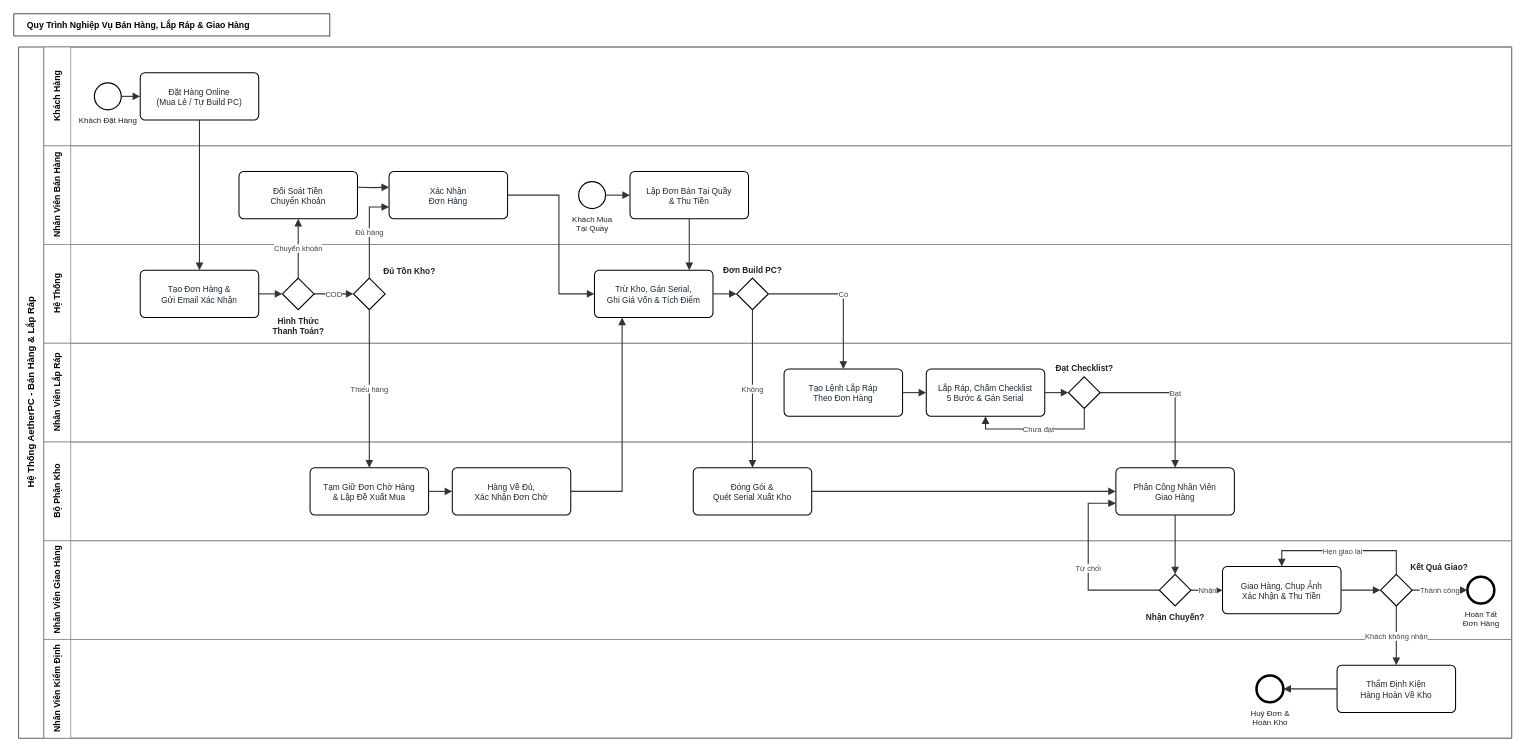
hoangmkid12/ERP_AetherPC keeps this draw.io diagram as docs/diagrams/bpmn/quy_trinh_ban_hang_lap_rap.drawio. Above is the earlier version. Source tidied: cells renumbered, new cells numbered last; positions are measured from the earlier drawing's top-left corner, leaving out a move shared by most shapes. Both pictures are drawn from the tidied source at 79%, with x=0, y=0 at pixel (13, 13).
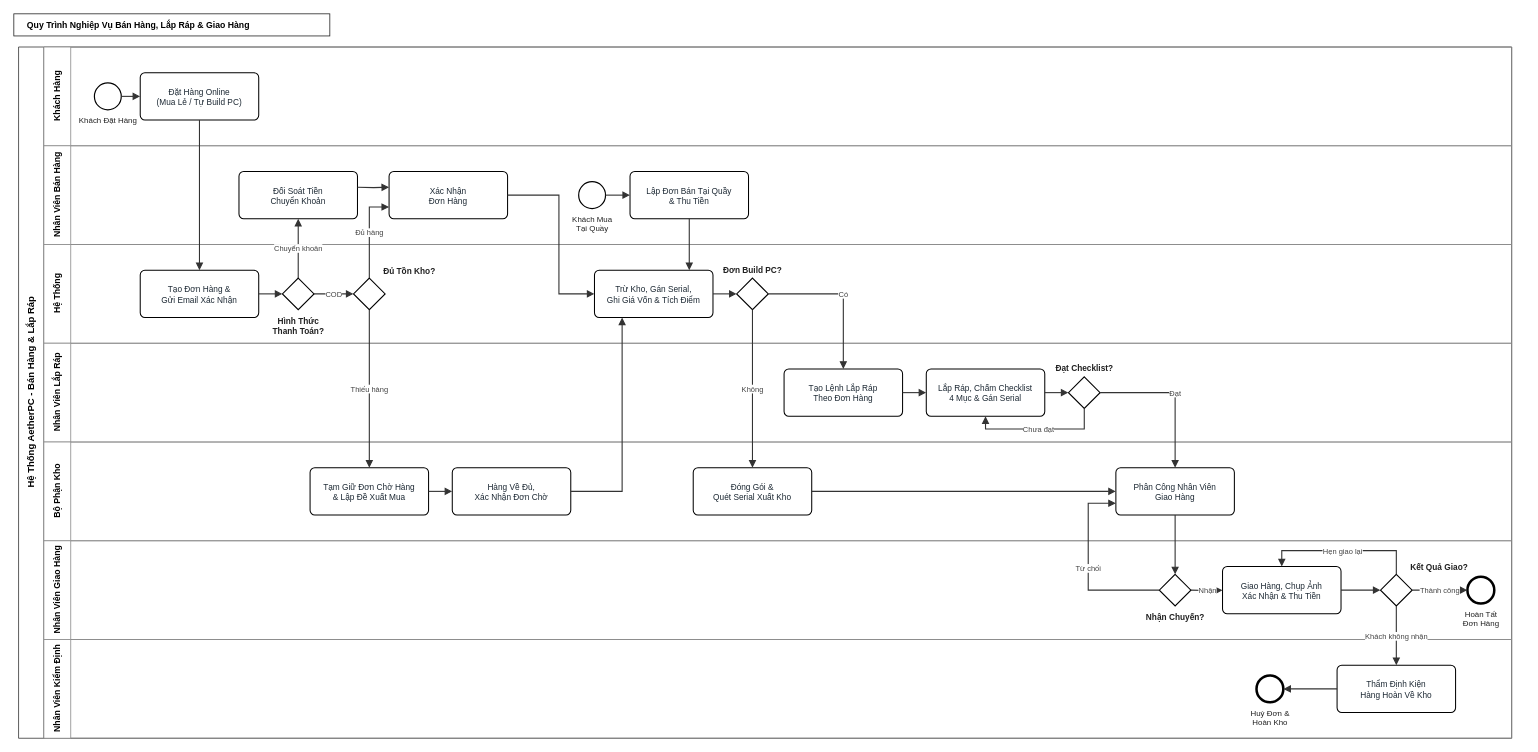
After the change.

Commit message (it also covers changes not shown here):
docs(kltn): cap nhat bao cao - thay 6 so do moi, them muc 2.3.5/2.3.6/3.3.6/3.3.7, sua noi dung lech voi code, sua checklist lap rap 4 muc

The edit, as a diff of the source:
```diff
@@
-    <mxCell id="30" value="Lắp Ráp, Chấm Checklist&lt;br/&gt;5 Bước &amp;amp; Gán Serial" style="rounded=1;arcSize=10;whiteSpace=wrap;html=1;fillColor=#FFFFFF;strokeColor=#000000;strokeWidth=1.3;fontSize=10.5;fontColor=#1C2833;" parent="1" vertex="1">
+    <mxCell id="30" value="Lắp Ráp, Chấm Checklist&lt;br/&gt;4 Mục &amp;amp; Gán Serial" style="rounded=1;arcSize=10;whiteSpace=wrap;html=1;fillColor=#FFFFFF;strokeColor=#000000;strokeWidth=1.3;fontSize=10.5;fontColor=#1C2833;" parent="1" vertex="1">
       <mxGeometry x="1155" y="449.5" width="150" height="60" as="geometry" />
     </mxCell>
```
